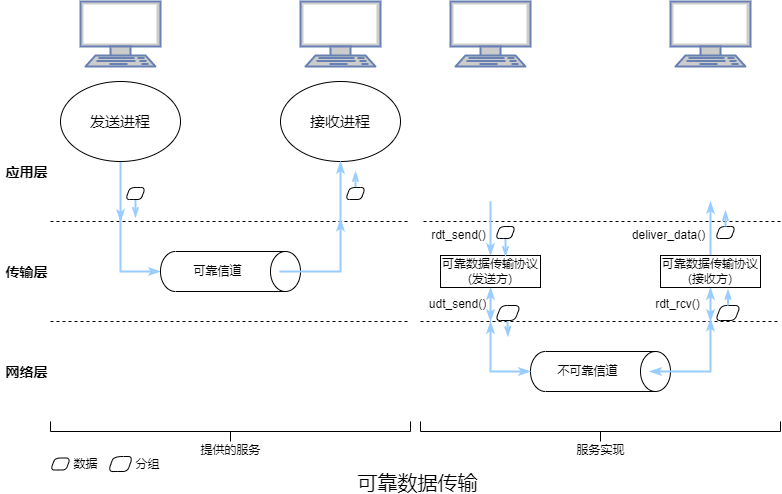
an-die-freude/computer-network-note keeps this draw.io diagram as compute-networking/img/reliable_data_transfer.png. Above is the earlier version. Source tidied: cells renumbered, new cells last; positions are measured from the earlier drawing's top-left corner, leaving out a move shared by most shapes. Its diagram source:
```xml
<mxGraphModel>
  <root>
    <mxCell id="0" />
    <mxCell id="1" parent="0" />
    <mxCell id="2" style="endArrow=none;html=1;rounded=0;fontSize=15;dashed=1;" parent="1" edge="1">
      <mxGeometry relative="1" as="geometry">
        <mxPoint x="50" y="220" as="sourcePoint" />
        <mxPoint x="410" y="220" as="targetPoint" />
      </mxGeometry>
    </mxCell>
    <mxCell id="3" style="fontColor=#0066CC;verticalAlign=top;verticalLabelPosition=bottom;labelPosition=center;align=center;html=1;fillColor=#CCCCCC;strokeColor=#6881B3;gradientColor=none;gradientDirection=north;strokeWidth=2;shape=mxgraph.networks.terminal;" parent="1" vertex="1">
      <mxGeometry x="80" width="80" height="65" as="geometry" />
    </mxCell>
    <mxCell id="4" style="edgeStyle=orthogonalEdgeStyle;rounded=0;jettySize=auto;html=1;entryX=0;entryY=0;entryDx=0;entryDy=0;fontSize=15;startArrow=none;startFill=0;endArrow=classicThin;endFill=1;strokeColor=#99CCFF;strokeWidth=2;" parent="1" edge="1" source="5">
      <mxGeometry relative="1" as="geometry">
        <mxPoint x="120" y="220" as="targetPoint" />
      </mxGeometry>
    </mxCell>
    <mxCell id="5" value="发送进程" style="ellipse;whiteSpace=wrap;html=1;fontSize=15;" parent="1" vertex="1">
      <mxGeometry x="60" y="80" width="120" height="80" as="geometry" />
    </mxCell>
    <mxCell id="6" style="fontColor=#0066CC;verticalAlign=top;verticalLabelPosition=bottom;labelPosition=center;align=center;html=1;fillColor=#CCCCCC;strokeColor=#6881B3;gradientColor=none;gradientDirection=north;strokeWidth=2;shape=mxgraph.networks.terminal;" parent="1" vertex="1">
      <mxGeometry x="300" width="80" height="65" as="geometry" />
    </mxCell>
    <mxCell id="7" value="接收进程" style="ellipse;whiteSpace=wrap;html=1;fontSize=15;" parent="1" vertex="1">
      <mxGeometry x="280" y="80" width="120" height="80" as="geometry" />
    </mxCell>
    <mxCell id="8" style="edgeStyle=orthogonalEdgeStyle;rounded=0;jettySize=auto;html=1;fontSize=15;strokeColor=#99CCFF;strokeWidth=2;exitX=0.5;exitY=1;exitDx=0;exitDy=0;exitPerimeter=0;startArrow=classicThin;startFill=1;endArrow=none;endFill=0;" parent="1" edge="1" source="9">
      <mxGeometry relative="1" as="geometry">
        <mxPoint x="120" y="211" as="targetPoint" />
      </mxGeometry>
    </mxCell>
    <mxCell id="9" value="可靠信道" style="shape=cylinder3;whiteSpace=wrap;html=1;boundedLbl=1;backgroundOutline=1;size=15;fontSize=12;direction=south;" parent="1" vertex="1">
      <mxGeometry x="160" y="250" width="140" height="40" as="geometry" />
    </mxCell>
    <mxCell id="10" style="edgeStyle=orthogonalEdgeStyle;rounded=0;jettySize=auto;html=1;fontSize=15;startArrow=none;startFill=0;endArrow=classicThin;endFill=1;strokeColor=#99CCFF;strokeWidth=2;exitX=1;exitY=0;exitDx=0;exitDy=0;" parent="1" edge="1" target="7">
      <mxGeometry relative="1" as="geometry">
        <mxPoint x="340" y="220" as="sourcePoint" />
      </mxGeometry>
    </mxCell>
    <mxCell id="11" style="endArrow=none;html=1;rounded=0;fontSize=15;dashed=1;" parent="1" edge="1">
      <mxGeometry relative="1" as="geometry">
        <mxPoint x="50" y="320" as="sourcePoint" />
        <mxPoint x="410" y="320" as="targetPoint" />
      </mxGeometry>
    </mxCell>
    <mxCell id="12" style="strokeWidth=1;html=1;shape=mxgraph.flowchart.annotation_2;align=left;labelPosition=right;fontSize=15;direction=north;" parent="1" vertex="1">
      <mxGeometry x="50" y="420" width="360" height="20" as="geometry" />
    </mxCell>
    <mxCell id="13" value="提供的服务" style="text;html=1;align=center;verticalAlign=middle;strokeColor=none;fillColor=none;fontSize=12;" parent="1" vertex="1">
      <mxGeometry x="195" y="440" width="70" height="18" as="geometry" />
    </mxCell>
    <mxCell id="14" style="endArrow=none;html=1;rounded=0;fontSize=15;dashed=1;" parent="1" edge="1">
      <mxGeometry relative="1" as="geometry">
        <mxPoint x="780" y="220" as="sourcePoint" />
        <mxPoint x="420" y="220" as="targetPoint" />
      </mxGeometry>
    </mxCell>
    <mxCell id="15" style="strokeWidth=1;html=1;shape=mxgraph.flowchart.annotation_2;align=left;labelPosition=right;fontSize=15;direction=north;" parent="1" vertex="1">
      <mxGeometry x="420" y="420" width="360" height="20" as="geometry" />
    </mxCell>
    <mxCell id="16" value="服务实现" style="text;html=1;align=center;verticalAlign=middle;strokeColor=none;fillColor=none;fontSize=12;" parent="1" vertex="1">
      <mxGeometry x="571" y="440" width="58" height="18" as="geometry" />
    </mxCell>
    <mxCell id="17" value="&lt;b&gt;应用层&lt;/b&gt;" style="text;html=1;align=center;verticalAlign=middle;strokeColor=none;fillColor=none;fontSize=14;" parent="1" vertex="1">
      <mxGeometry y="160" width="52" height="21" as="geometry" />
    </mxCell>
    <mxCell id="18" value="&lt;b&gt;传输层&lt;/b&gt;" style="text;html=1;align=center;verticalAlign=middle;strokeColor=none;fillColor=none;fontSize=14;" parent="1" vertex="1">
      <mxGeometry y="260" width="52" height="21" as="geometry" />
    </mxCell>
    <mxCell id="19" value="&lt;b&gt;网络层&lt;/b&gt;" style="text;html=1;align=center;verticalAlign=middle;strokeColor=none;fillColor=none;fontSize=14;" parent="1" vertex="1">
      <mxGeometry y="360" width="52" height="21" as="geometry" />
    </mxCell>
    <mxCell id="20" style="fontColor=#0066CC;verticalAlign=top;verticalLabelPosition=bottom;labelPosition=center;align=center;html=1;fillColor=#CCCCCC;strokeColor=#6881B3;gradientColor=none;gradientDirection=north;strokeWidth=2;shape=mxgraph.networks.terminal;" parent="1" vertex="1">
      <mxGeometry x="450" width="80" height="65" as="geometry" />
    </mxCell>
    <mxCell id="21" style="fontColor=#0066CC;verticalAlign=top;verticalLabelPosition=bottom;labelPosition=center;align=center;html=1;fillColor=#CCCCCC;strokeColor=#6881B3;gradientColor=none;gradientDirection=north;strokeWidth=2;shape=mxgraph.networks.terminal;" parent="1" vertex="1">
      <mxGeometry x="670" width="80" height="65" as="geometry" />
    </mxCell>
    <mxCell id="22" style="edgeStyle=orthogonalEdgeStyle;rounded=0;jettySize=auto;html=1;entryX=0;entryY=1;entryDx=0;entryDy=0;fontSize=12;startArrow=classicThin;startFill=1;endArrow=none;endFill=0;strokeColor=#99CCFF;strokeWidth=2;" parent="1" edge="1" source="24">
      <mxGeometry relative="1" as="geometry">
        <mxPoint x="490" y="200" as="targetPoint" />
      </mxGeometry>
    </mxCell>
    <mxCell id="23" style="edgeStyle=orthogonalEdgeStyle;rounded=0;jettySize=auto;html=1;entryX=0;entryY=0;entryDx=0;entryDy=0;fontSize=12;startArrow=classicThin;startFill=1;endArrow=classicThin;endFill=1;strokeColor=#99CCFF;strokeWidth=2;" parent="1" edge="1" source="24">
      <mxGeometry relative="1" as="geometry">
        <mxPoint x="490" y="320" as="targetPoint" />
      </mxGeometry>
    </mxCell>
    <mxCell id="24" value="可靠数据传输协议(发送方)" style="rounded=0;whiteSpace=wrap;html=1;fontSize=12;strokeWidth=1;" parent="1" vertex="1">
      <mxGeometry x="440" y="254" width="100" height="32" as="geometry" />
    </mxCell>
    <mxCell id="25" style="edgeStyle=orthogonalEdgeStyle;rounded=0;jettySize=auto;html=1;entryX=1;entryY=1;entryDx=0;entryDy=0;fontSize=12;startArrow=none;startFill=0;endArrow=classicThin;endFill=1;strokeColor=#99CCFF;strokeWidth=2;" parent="1" edge="1" source="27">
      <mxGeometry relative="1" as="geometry">
        <mxPoint x="710" y="200" as="targetPoint" />
      </mxGeometry>
    </mxCell>
    <mxCell id="26" style="edgeStyle=orthogonalEdgeStyle;rounded=0;jettySize=auto;html=1;entryX=1;entryY=0;entryDx=0;entryDy=0;fontSize=12;startArrow=classicThin;startFill=1;endArrow=classicThin;endFill=1;strokeColor=#99CCFF;strokeWidth=2;" parent="1" edge="1" source="27">
      <mxGeometry relative="1" as="geometry">
        <mxPoint x="710" y="320" as="targetPoint" />
      </mxGeometry>
    </mxCell>
    <mxCell id="27" value="可靠数据传输协议(接收方)" style="rounded=0;whiteSpace=wrap;html=1;fontSize=12;strokeWidth=1;" parent="1" vertex="1">
      <mxGeometry x="660" y="254" width="100" height="32" as="geometry" />
    </mxCell>
    <mxCell id="28" value="不可靠信道" style="shape=cylinder3;whiteSpace=wrap;html=1;boundedLbl=1;backgroundOutline=1;size=15;fontSize=12;direction=south;" parent="1" vertex="1">
      <mxGeometry x="530" y="350" width="140" height="40" as="geometry" />
    </mxCell>
    <mxCell id="29" style="edgeStyle=orthogonalEdgeStyle;rounded=0;jettySize=auto;html=1;entryX=0.5;entryY=1;entryDx=0;entryDy=0;entryPerimeter=0;fontSize=12;startArrow=classicThin;startFill=1;endArrow=classicThin;endFill=1;strokeColor=#99CCFF;strokeWidth=2;exitX=0;exitY=1;exitDx=0;exitDy=0;" parent="1" edge="1" target="28">
      <mxGeometry relative="1" as="geometry">
        <mxPoint x="490" y="320" as="sourcePoint" />
        <Array as="points">
          <mxPoint x="490" y="370" />
        </Array>
      </mxGeometry>
    </mxCell>
    <mxCell id="30" style="shape=parallelogram;html=1;strokeWidth=1;perimeter=parallelogramPerimeter;whiteSpace=wrap;rounded=1;arcSize=12;size=0.23;fontSize=12;" parent="1" vertex="1">
      <mxGeometry x="715" y="225" width="20" height="12" as="geometry" />
    </mxCell>
    <mxCell id="31" style="endArrow=openThin;html=1;rounded=0;fontSize=12;strokeColor=#99CCFF;strokeWidth=2;endFill=0;" parent="1" edge="1">
      <mxGeometry relative="1" as="geometry">
        <mxPoint x="505" y="237" as="sourcePoint" />
        <mxPoint x="505" y="255" as="targetPoint" />
      </mxGeometry>
    </mxCell>
    <mxCell id="32" style="shape=parallelogram;html=1;strokeWidth=1;perimeter=parallelogramPerimeter;whiteSpace=wrap;rounded=1;arcSize=12;size=0.23;fontSize=12;" parent="1" vertex="1">
      <mxGeometry x="495" y="225" width="20" height="12" as="geometry" />
    </mxCell>
    <mxCell id="33" style="endArrow=openThin;html=1;rounded=0;fontSize=12;strokeColor=#99CCFF;strokeWidth=2;endFill=0;" parent="1" edge="1">
      <mxGeometry relative="1" as="geometry">
        <mxPoint x="135" y="198" as="sourcePoint" />
        <mxPoint x="135" y="216" as="targetPoint" />
      </mxGeometry>
    </mxCell>
    <mxCell id="34" style="shape=parallelogram;html=1;strokeWidth=1;perimeter=parallelogramPerimeter;whiteSpace=wrap;rounded=1;arcSize=12;size=0.23;fontSize=12;" parent="1" vertex="1">
      <mxGeometry x="125" y="186" width="20" height="12" as="geometry" />
    </mxCell>
    <mxCell id="35" style="endArrow=openThin;html=1;rounded=0;fontSize=12;strokeColor=#99CCFF;strokeWidth=2;endFill=0;" parent="1" edge="1">
      <mxGeometry relative="1" as="geometry">
        <mxPoint x="355" y="186" as="sourcePoint" />
        <mxPoint x="355" y="170" as="targetPoint" />
      </mxGeometry>
    </mxCell>
    <mxCell id="36" style="shape=parallelogram;html=1;strokeWidth=1;perimeter=parallelogramPerimeter;whiteSpace=wrap;rounded=1;arcSize=12;size=0.23;fontSize=12;" parent="1" vertex="1">
      <mxGeometry x="345" y="186" width="20" height="12" as="geometry" />
    </mxCell>
    <mxCell id="37" style="endArrow=openThin;html=1;rounded=0;fontSize=12;strokeColor=#99CCFF;strokeWidth=2;endFill=0;" parent="1" edge="1">
      <mxGeometry relative="1" as="geometry">
        <mxPoint x="725" y="225" as="sourcePoint" />
        <mxPoint x="725" y="209" as="targetPoint" />
      </mxGeometry>
    </mxCell>
    <mxCell id="38" style="endArrow=none;html=1;rounded=0;fontSize=15;dashed=1;" parent="1" edge="1">
      <mxGeometry relative="1" as="geometry">
        <mxPoint x="420" y="320" as="sourcePoint" />
        <mxPoint x="780" y="320" as="targetPoint" />
      </mxGeometry>
    </mxCell>
    <mxCell id="39" style="shape=parallelogram;html=1;strokeWidth=1;perimeter=parallelogramPerimeter;whiteSpace=wrap;rounded=1;arcSize=12;size=0.23;fontSize=12;" parent="1" vertex="1">
      <mxGeometry x="715" y="304" width="25" height="15" as="geometry" />
    </mxCell>
    <mxCell id="40" style="endArrow=openThin;html=1;rounded=0;fontSize=12;strokeColor=#99CCFF;strokeWidth=2;endFill=0;" parent="1" edge="1">
      <mxGeometry relative="1" as="geometry">
        <mxPoint x="727.5" y="304" as="sourcePoint" />
        <mxPoint x="727.5" y="288" as="targetPoint" />
      </mxGeometry>
    </mxCell>
    <mxCell id="41" style="endArrow=openThin;html=1;rounded=0;fontSize=12;strokeColor=#99CCFF;strokeWidth=2;endFill=0;" parent="1" edge="1">
      <mxGeometry relative="1" as="geometry">
        <mxPoint x="507" y="319" as="sourcePoint" />
        <mxPoint x="507.5" y="335" as="targetPoint" />
      </mxGeometry>
    </mxCell>
    <mxCell id="42" style="shape=parallelogram;html=1;strokeWidth=1;perimeter=parallelogramPerimeter;whiteSpace=wrap;rounded=1;arcSize=12;size=0.23;fontSize=12;" parent="1" vertex="1">
      <mxGeometry x="495" y="304" width="25" height="15" as="geometry" />
    </mxCell>
    <mxCell id="43" style="shape=parallelogram;html=1;strokeWidth=1;perimeter=parallelogramPerimeter;whiteSpace=wrap;rounded=1;arcSize=12;size=0.23;fontSize=12;" parent="1" vertex="1">
      <mxGeometry x="50" y="456.5" width="20" height="12" as="geometry" />
    </mxCell>
    <mxCell id="44" value="数据" style="text;html=1;align=center;verticalAlign=middle;strokeColor=none;fillColor=none;fontSize=12;" parent="1" vertex="1">
      <mxGeometry x="68" y="453.5" width="34" height="18" as="geometry" />
    </mxCell>
    <mxCell id="45" style="shape=parallelogram;html=1;strokeWidth=1;perimeter=parallelogramPerimeter;whiteSpace=wrap;rounded=1;arcSize=50;size=0.23;fontSize=12;" parent="1" vertex="1">
      <mxGeometry x="107.5" y="455" width="25" height="15" as="geometry" />
    </mxCell>
    <mxCell id="46" value="分组" style="text;html=1;align=center;verticalAlign=middle;strokeColor=none;fillColor=none;fontSize=12;" parent="1" vertex="1">
      <mxGeometry x="130" y="453.5" width="34" height="18" as="geometry" />
    </mxCell>
    <mxCell id="47" value="&lt;font style=&quot;font-size: 20px;&quot;&gt;可靠数据传输&lt;/font&gt;" style="text;html=1;align=center;verticalAlign=middle;strokeColor=none;fillColor=none;fontSize=12;" parent="1" vertex="1">
      <mxGeometry x="352" y="470" width="130" height="21" as="geometry" />
    </mxCell>
    <mxCell id="48" value="rdt_send()" style="text;html=1;align=center;verticalAlign=middle;strokeColor=none;fillColor=none;fontSize=12;" parent="1" vertex="1">
      <mxGeometry x="425" y="225" width="65" height="18" as="geometry" />
    </mxCell>
    <mxCell id="49" value="udt_send()" style="text;html=1;align=center;verticalAlign=middle;strokeColor=none;fillColor=none;fontSize=12;" parent="1" vertex="1">
      <mxGeometry x="423" y="294" width="67" height="18" as="geometry" />
    </mxCell>
    <mxCell id="50" value="deliver_data()" style="text;html=1;align=center;verticalAlign=middle;strokeColor=none;fillColor=none;fontSize=12;" parent="1" vertex="1">
      <mxGeometry x="626" y="225" width="83" height="18" as="geometry" />
    </mxCell>
    <mxCell id="51" value="rdt_rcv()" style="text;html=1;align=center;verticalAlign=middle;strokeColor=none;fillColor=none;fontSize=12;" parent="1" vertex="1">
      <mxGeometry x="649" y="294" width="55" height="18" as="geometry" />
    </mxCell>
    <mxCell id="52" style="edgeStyle=orthogonalEdgeStyle;rounded=0;jettySize=auto;html=1;entryX=1;entryY=0.75;entryDx=0;entryDy=0;fontSize=12;startArrow=classicThin;startFill=1;endArrow=classicThin;endFill=1;strokeColor=#99CCFF;strokeWidth=2;exitX=0.5;exitY=0.15;exitDx=0;exitDy=0;exitPerimeter=0;" parent="1" edge="1" source="28">
      <mxGeometry relative="1" as="geometry">
        <mxPoint x="710" y="317.5" as="targetPoint" />
        <Array as="points">
          <mxPoint x="710" y="370" />
        </Array>
      </mxGeometry>
    </mxCell>
    <mxCell id="53" style="edgeStyle=orthogonalEdgeStyle;rounded=0;jettySize=auto;html=1;entryX=1;entryY=0.75;entryDx=0;entryDy=0;fontSize=15;strokeColor=#99CCFF;strokeWidth=2;endArrow=classicThin;endFill=1;exitX=0.5;exitY=0.15;exitDx=0;exitDy=0;exitPerimeter=0;" parent="1" edge="1" source="9">
      <mxGeometry relative="1" as="geometry">
        <mxPoint x="340" y="217.5" as="targetPoint" />
        <Array as="points">
          <mxPoint x="340" y="270" />
        </Array>
      </mxGeometry>
    </mxCell>
  </root>
</mxGraphModel>
```
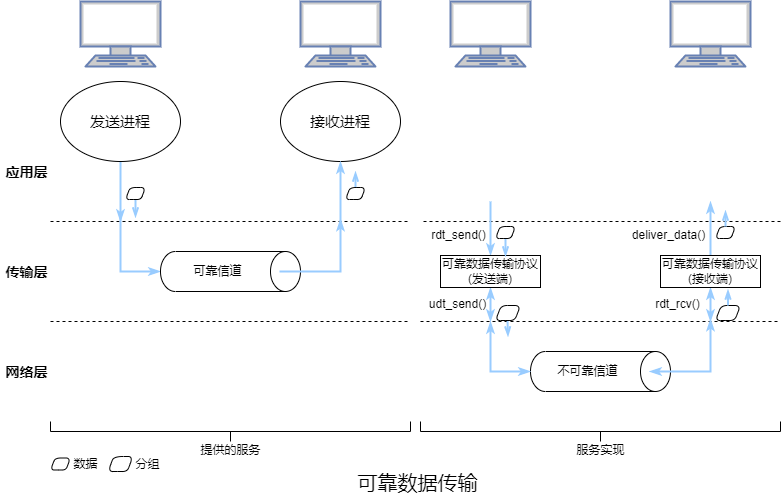
The same diagram one commit later.

The edit, as a diff of the source:
```diff
@@ -87,7 +87,7 @@
         <mxPoint x="490" y="320" as="targetPoint" />
       </mxGeometry>
     </mxCell>
-    <mxCell id="24" value="可靠数据传输协议(发送方)" style="rounded=0;whiteSpace=wrap;html=1;fontSize=12;strokeWidth=1;" parent="1" vertex="1">
+    <mxCell id="24" value="可靠数据传输协议(发送端)" style="rounded=0;whiteSpace=wrap;html=1;fontSize=12;strokeWidth=1;" parent="1" vertex="1">
       <mxGeometry x="440" y="254" width="100" height="32" as="geometry" />
     </mxCell>
     <mxCell id="25" style="edgeStyle=orthogonalEdgeStyle;rounded=0;jettySize=auto;html=1;entryX=1;entryY=1;entryDx=0;entryDy=0;fontSize=12;startArrow=none;startFill=0;endArrow=classicThin;endFill=1;strokeColor=#99CCFF;strokeWidth=2;" parent="1" edge="1" source="27">
@@ -100,7 +100,7 @@
         <mxPoint x="710" y="320" as="targetPoint" />
       </mxGeometry>
     </mxCell>
-    <mxCell id="27" value="可靠数据传输协议(接收方)" style="rounded=0;whiteSpace=wrap;html=1;fontSize=12;strokeWidth=1;" parent="1" vertex="1">
+    <mxCell id="27" value="可靠数据传输协议(接收端)" style="rounded=0;whiteSpace=wrap;html=1;fontSize=12;strokeWidth=1;" parent="1" vertex="1">
       <mxGeometry x="660" y="254" width="100" height="32" as="geometry" />
     </mxCell>
     <mxCell id="28" value="不可靠信道" style="shape=cylinder3;whiteSpace=wrap;html=1;boundedLbl=1;backgroundOutline=1;size=15;fontSize=12;direction=south;" parent="1" vertex="1">
```
